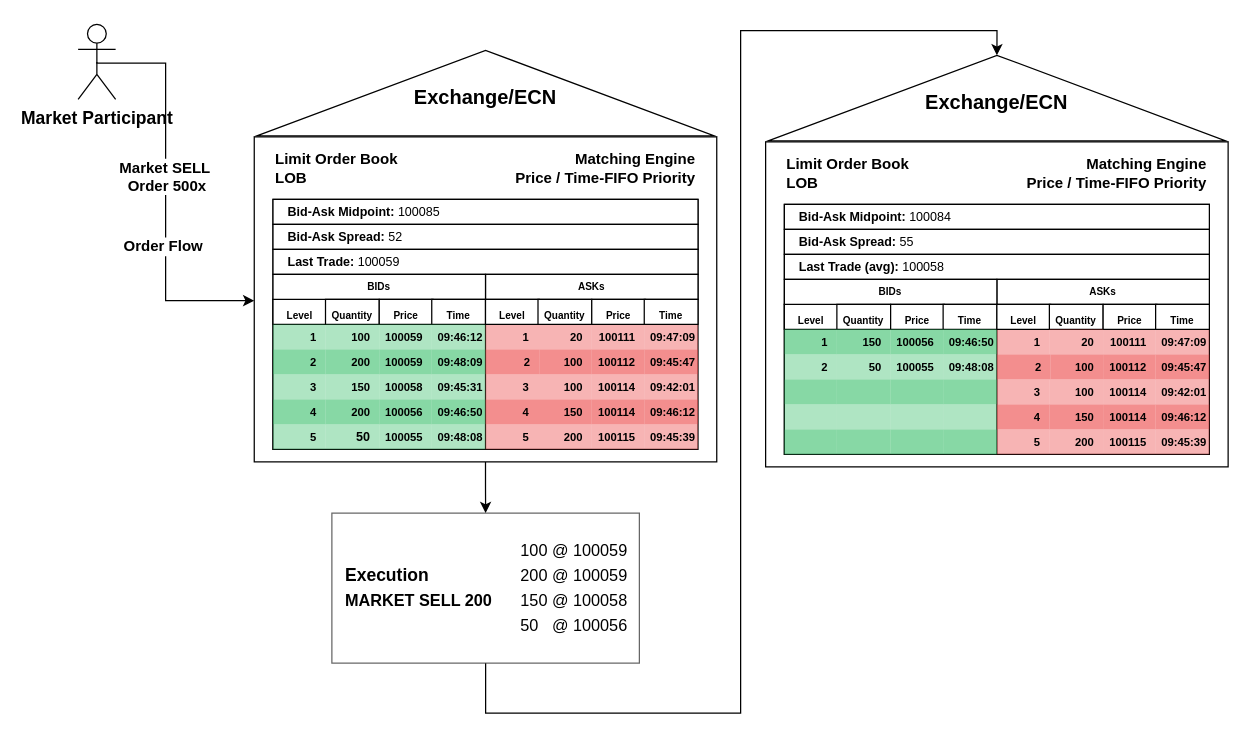
Earlier version of the draw.io diagram page "Page-2" (2 of 4) of Diagrams/MarketMaker.drawio (phelstab/research-reference-markets-dynamics). Source tidied: cells renumbered, new cells numbered last; positions are measured from the earlier drawing's top-left corner, leaving out a move shared by most shapes. Both pictures are drawn from the tidied source at 125%, with x=0, y=0 at pixel (78, -136).
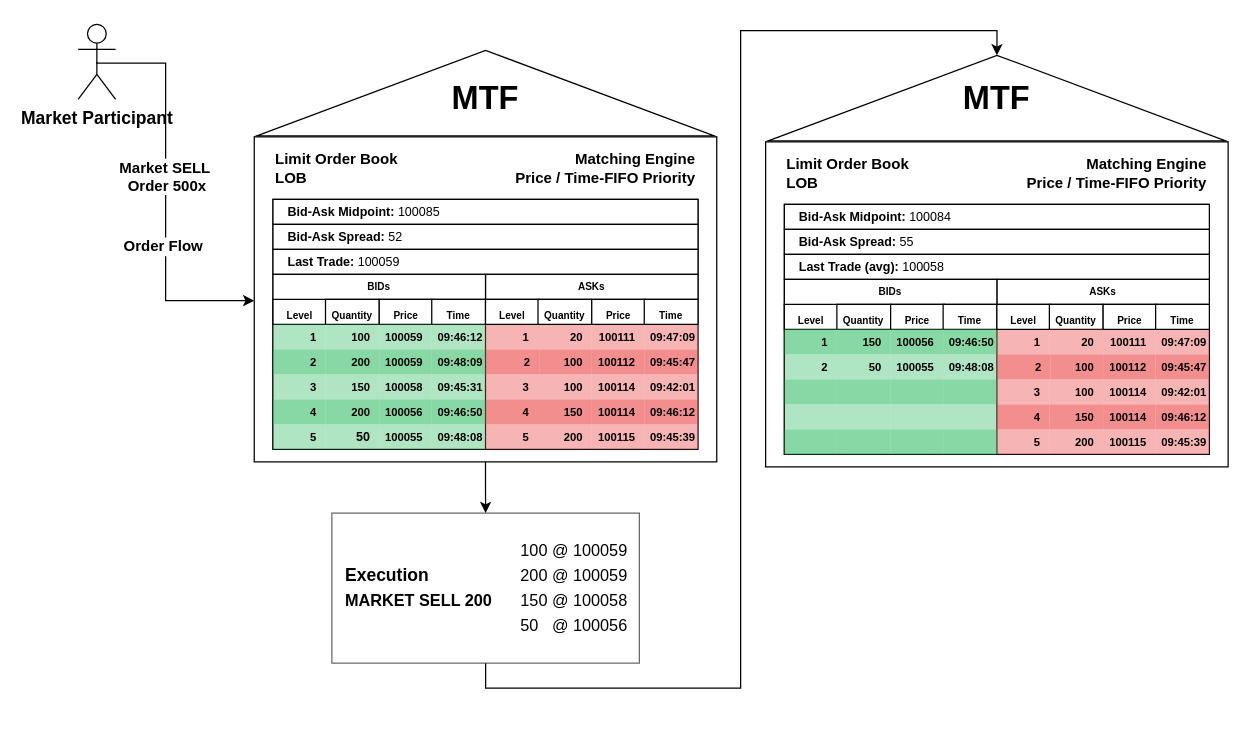
After the change.

Unchanged cells that the change refers to:
```xml
<mxCell id="68" style="rounded=0;whiteSpace=wrap;html=1;strokeWidth=1;fontSize=12;fillColor=default;opacity=60;fontStyle=1;" parent="1" vertex="1">
  <mxGeometry x="203" y="519" width="246" height="120" as="geometry" />
</mxCell>
<mxCell id="73" style="triangle;whiteSpace=wrap;html=1;rotation=-90;fontStyle=1;" parent="1" vertex="1">
  <mxGeometry x="700.8" y="4" width="68.5" height="366" as="geometry" />
</mxCell>
```

The edit, as a diff of the source:
```diff
@@
-    <mxCell id="11" value="&lt;span style=&quot;font-size: 16px;&quot;&gt;Exchange/ECN&lt;/span&gt;" style="text;html=1;strokeColor=none;fillColor=none;align=center;verticalAlign=middle;whiteSpace=wrap;rounded=0;fontSize=16;fontStyle=1;" parent="1" vertex="1">
-      <mxGeometry x="295.9" y="171" width="60" height="30" as="geometry" />
+    <mxCell id="11" value="&lt;span style=&quot;font-size: 26px;&quot;&gt;MTF&lt;/span&gt;" style="text;html=1;strokeColor=none;fillColor=none;align=center;verticalAlign=middle;whiteSpace=wrap;rounded=0;fontSize=26;fontStyle=1;" parent="1" vertex="1">
+      <mxGeometry x="295.9" y="172" width="60" height="30" as="geometry" />
     </mxCell>
@@
     <mxCell id="67" style="edgeStyle=orthogonalEdgeStyle;rounded=0;jettySize=auto;html=1;exitX=0.5;exitY=1;exitDx=0;exitDy=0;entryX=1;entryY=0.5;entryDx=0;entryDy=0;fontSize=12;" parent="1" edge="1" source="68" target="73">
       <mxGeometry relative="1" as="geometry">
         <Array as="points">
-          <mxPoint x="326" y="679" />
-          <mxPoint x="530" y="679" />
+          <mxPoint x="326" y="659" />
+          <mxPoint x="530" y="659" />
           <mxPoint x="530" y="133" />
           <mxPoint x="735" y="133" />
         </Array>
       </mxGeometry>
     </mxCell>
@@
-    <mxCell id="77" value="&lt;span style=&quot;font-size: 16px;&quot;&gt;Exchange/ECN&lt;/span&gt;" style="text;html=1;strokeColor=none;fillColor=none;align=center;verticalAlign=middle;whiteSpace=wrap;rounded=0;fontSize=16;fontStyle=1;" parent="1" vertex="1">
-      <mxGeometry x="705" y="175" width="60" height="30" as="geometry" />
-    </mxCell>
@@
+    <mxCell id="135" value="&lt;span style=&quot;font-size: 26px;&quot;&gt;MTF&lt;/span&gt;" style="text;html=1;strokeColor=none;fillColor=none;align=center;verticalAlign=middle;whiteSpace=wrap;rounded=0;fontSize=26;fontStyle=1;" parent="1" vertex="1">
+      <mxGeometry x="705" y="172" width="60" height="30" as="geometry" />
+    </mxCell>
```
